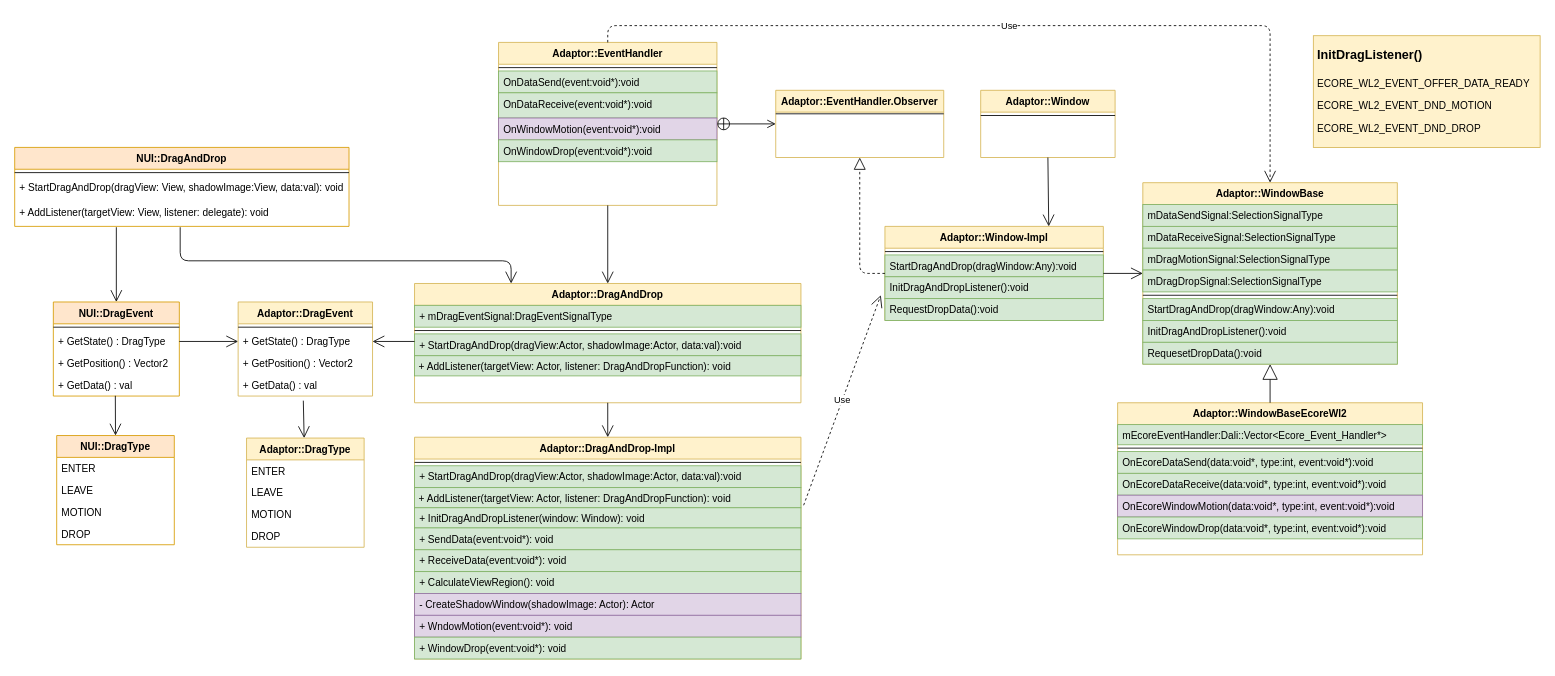
This is page "Page-4" (4 of 10) of Untitled Diagram.drawio from taehyub/drawio, a draw.io file, before an edit. Source tidied: cells renumbered, new cells numbered last; positions are measured from the earlier drawing's top-left corner, leaving out a move shared by most shapes. Both pictures are drawn from the tidied source at 84%, with x=0, y=0 at pixel (14, 25).
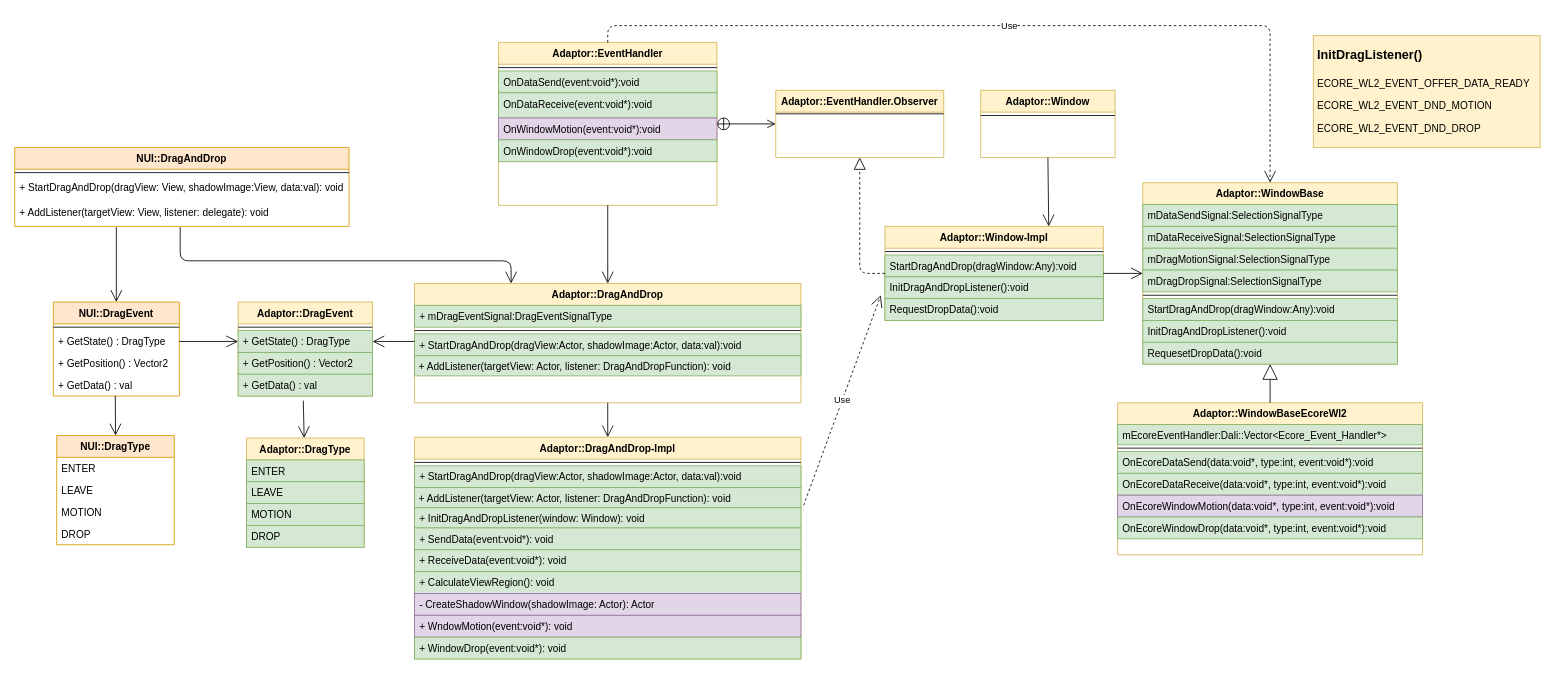
The same diagram, later.

Unchanged cells that the change refers to:
```xml
<mxCell id="63" value="Adaptor::DragType" style="swimlane;fontStyle=1;horizontal=1;startSize=26;fillColor=#fff2cc;hachureGap=4;strokeColor=#d6b656;" parent="1" vertex="1">
  <mxGeometry x="276" y="491" width="140" height="130" as="geometry" />
</mxCell>
<mxCell id="69" value="Adaptor::DragEvent" style="swimlane;fontStyle=1;align=center;verticalAlign=top;horizontal=1;startSize=26;fillColor=#fff2cc;strokeColor=#d6b656;" parent="1" vertex="1">
  <mxGeometry x="266" y="329" width="160" height="112" as="geometry" />
</mxCell>
```

Change to the diagram source:
```diff
@@
-    <mxCell id="64" value="ENTER" style="text;strokeColor=none;fillColor=none;align=left;verticalAlign=top;spacingLeft=4;spacingRight=4;overflow=hidden;" parent="63" vertex="1">
+    <mxCell id="64" value="ENTER" style="text;strokeColor=#82b366;fillColor=#d5e8d4;align=left;verticalAlign=top;spacingLeft=4;spacingRight=4;overflow=hidden;" parent="63" vertex="1">
       <mxGeometry y="26" width="140" height="26" as="geometry" />
     </mxCell>
-    <mxCell id="65" value="LEAVE" style="text;strokeColor=none;fillColor=none;align=left;verticalAlign=top;spacingLeft=4;spacingRight=4;overflow=hidden;" parent="63" vertex="1">
+    <mxCell id="65" value="LEAVE" style="text;strokeColor=#82b366;fillColor=#d5e8d4;align=left;verticalAlign=top;spacingLeft=4;spacingRight=4;overflow=hidden;" parent="63" vertex="1">
       <mxGeometry y="52" width="140" height="26" as="geometry" />
     </mxCell>
-    <mxCell id="66" value="MOTION" style="text;strokeColor=none;fillColor=none;align=left;verticalAlign=top;spacingLeft=4;spacingRight=4;overflow=hidden;" parent="63" vertex="1">
+    <mxCell id="66" value="MOTION" style="text;strokeColor=#82b366;fillColor=#d5e8d4;align=left;verticalAlign=top;spacingLeft=4;spacingRight=4;overflow=hidden;" parent="63" vertex="1">
       <mxGeometry y="78" width="140" height="26" as="geometry" />
     </mxCell>
-    <mxCell id="67" value="DROP" style="text;strokeColor=none;fillColor=none;align=left;verticalAlign=top;spacingLeft=4;spacingRight=4;overflow=hidden;" parent="63" vertex="1">
+    <mxCell id="67" value="DROP" style="text;strokeColor=#82b366;fillColor=#d5e8d4;align=left;verticalAlign=top;spacingLeft=4;spacingRight=4;overflow=hidden;" parent="63" vertex="1">
       <mxGeometry y="104" width="140" height="26" as="geometry" />
     </mxCell>
@@
-    <mxCell id="71" value="+ GetState() : DragType" style="text;strokeColor=none;fillColor=none;align=left;verticalAlign=top;spacingLeft=4;spacingRight=4;overflow=hidden;points=[[0,0.5],[1,0.5]];portConstraint=eastwest;" parent="69" vertex="1">
+    <mxCell id="71" value="+ GetState() : DragType" style="text;strokeColor=#82b366;fillColor=#d5e8d4;align=left;verticalAlign=top;spacingLeft=4;spacingRight=4;overflow=hidden;points=[[0,0.5],[1,0.5]];portConstraint=eastwest;" parent="69" vertex="1">
       <mxGeometry y="34" width="160" height="26" as="geometry" />
     </mxCell>
-    <mxCell id="72" value="+ GetPosition() : Vector2" style="text;strokeColor=none;fillColor=none;align=left;verticalAlign=top;spacingLeft=4;spacingRight=4;overflow=hidden;" parent="69" vertex="1">
+    <mxCell id="72" value="+ GetPosition() : Vector2" style="text;strokeColor=#82b366;fillColor=#d5e8d4;align=left;verticalAlign=top;spacingLeft=4;spacingRight=4;overflow=hidden;" parent="69" vertex="1">
       <mxGeometry y="60" width="160" height="26" as="geometry" />
     </mxCell>
-    <mxCell id="73" value="+ GetData() : val" style="text;strokeColor=none;fillColor=none;align=left;verticalAlign=top;spacingLeft=4;spacingRight=4;overflow=hidden;points=[[0,0.5],[1,0.5]];portConstraint=eastwest;" parent="69" vertex="1">
+    <mxCell id="73" value="+ GetData() : val" style="text;strokeColor=#82b366;fillColor=#d5e8d4;align=left;verticalAlign=top;spacingLeft=4;spacingRight=4;overflow=hidden;points=[[0,0.5],[1,0.5]];portConstraint=eastwest;" parent="69" vertex="1">
       <mxGeometry y="86" width="160" height="26" as="geometry" />
     </mxCell>
```
